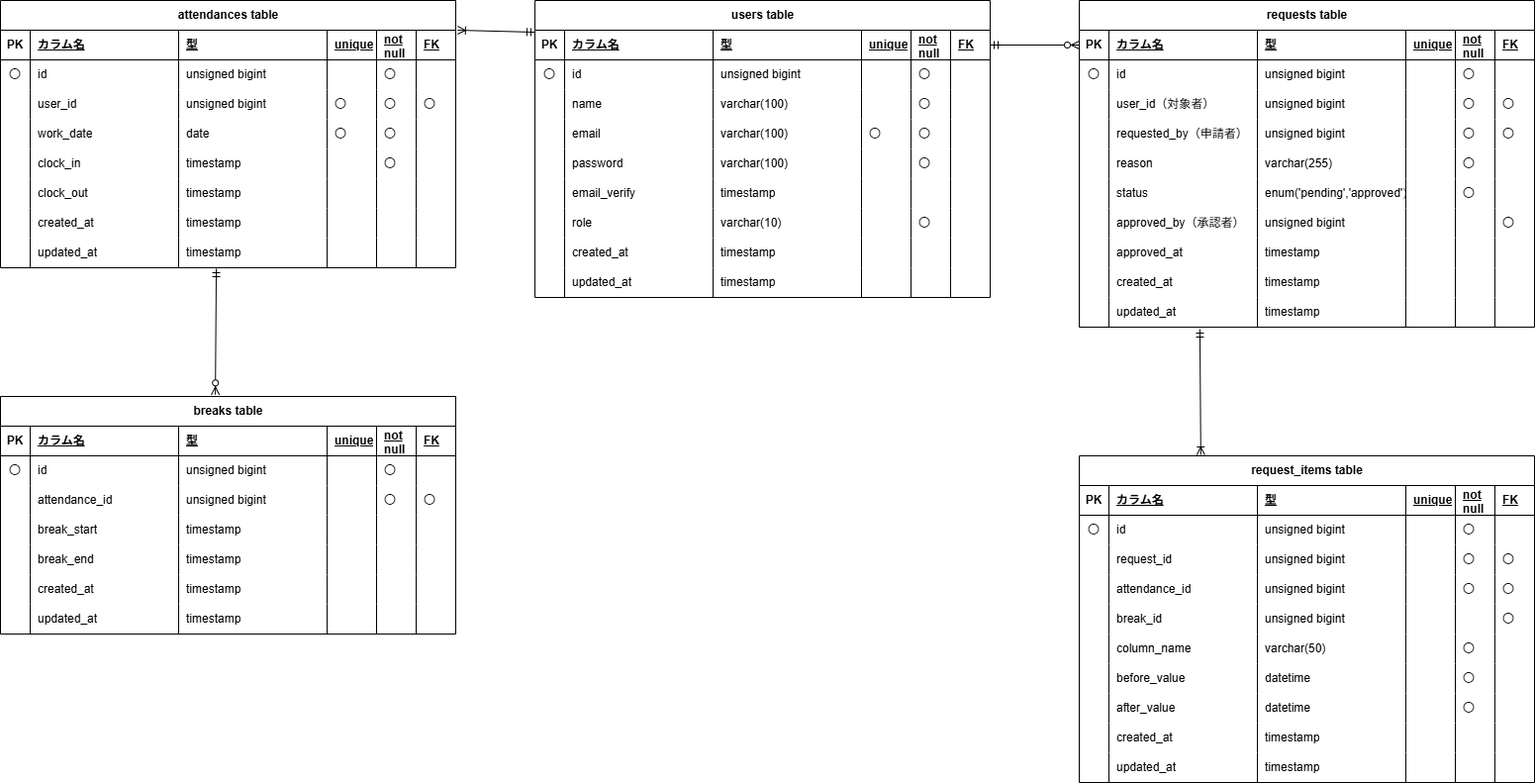
Before: mock-case2.png, a diagram exported from draw.io (ErikoKikuchi/mock-case2). Source tidied: cells renumbered, new cells last; positions are measured from the earlier drawing's top-left corner, leaving out a move shared by most shapes.
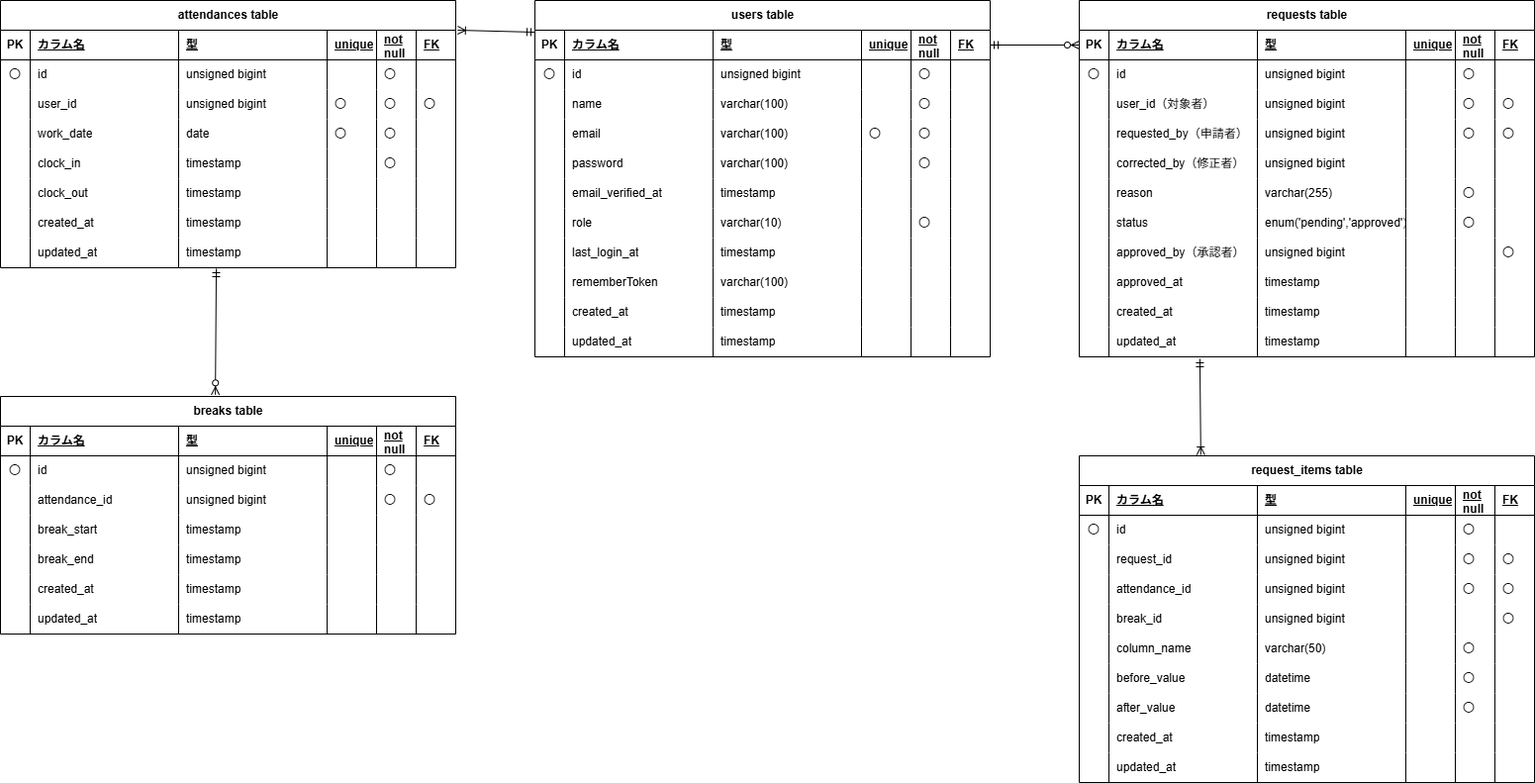
After the commit.

Diff of the diagram source:
```diff
@@ -3,7 +3,7 @@
     <mxCell id="0" />
     <mxCell id="1" parent="0" />
     <mxCell id="2" value="users table" style="shape=table;startSize=30;rowLines=0;fontStyle=1;align=center;html=1;" parent="1" vertex="1">
-      <mxGeometry x="540" width="460" height="300" as="geometry" />
+      <mxGeometry x="540" width="460" height="360" as="geometry" />
     </mxCell>
     <mxCell id="3" style="shape=tableRow;horizontal=0;startSize=0;swimlaneHead=0;swimlaneBody=0;fillColor=none;points=[[0,0.5],[1,0.5]];portConstraint=eastwest;top=0;left=0;right=0;bottom=1;" parent="2" vertex="1">
       <mxGeometry y="30" width="460" height="30" as="geometry" />
@@ -116,7 +116,7 @@
     <mxCell id="39" style="shape=partialRectangle;fillColor=none;top=0;left=0;bottom=0;right=0;overflow=hidden;whiteSpace=wrap;html=1;" parent="38" vertex="1">
       <mxGeometry width="30" height="30" as="geometry" />
     </mxCell>
-    <mxCell id="40" value="email_verify" style="shape=partialRectangle;fillColor=none;top=0;left=0;bottom=0;right=0;align=left;spacingLeft=6;overflow=hidden;whiteSpace=wrap;html=1;" parent="38" vertex="1">
+    <mxCell id="40" value="email_verified_at" style="shape=partialRectangle;fillColor=none;top=0;left=0;bottom=0;right=0;align=left;spacingLeft=6;overflow=hidden;whiteSpace=wrap;html=1;" parent="38" vertex="1">
       <mxGeometry x="30" width="150" height="30" as="geometry" />
     </mxCell>
     <mxCell id="41" value="&lt;span style=&quot;color: rgb(0, 0, 0);&quot;&gt;timestamp&lt;/span&gt;" style="shape=partialRectangle;fillColor=none;top=0;left=0;bottom=0;right=0;align=left;spacingLeft=6;overflow=hidden;whiteSpace=wrap;html=1;" parent="38" vertex="1">
@@ -152,8 +152,50 @@
     <mxCell id="51" style="shape=partialRectangle;fillColor=none;top=0;left=0;bottom=0;right=0;align=left;spacingLeft=6;overflow=hidden;whiteSpace=wrap;html=1;" parent="45" vertex="1">
       <mxGeometry x="420" width="40" height="30" as="geometry" />
     </mxCell>
+    <mxCell id="319" style="shape=tableRow;horizontal=0;startSize=0;swimlaneHead=0;swimlaneBody=0;fillColor=none;top=0;left=0;right=0;bottom=0;" parent="2" vertex="1">
+      <mxGeometry y="240" width="460" height="30" as="geometry" />
+    </mxCell>
+    <mxCell id="320" style="shape=partialRectangle;fillColor=none;top=0;left=0;bottom=0;right=0;overflow=hidden;whiteSpace=wrap;html=1;" parent="319" vertex="1">
+      <mxGeometry width="30" height="30" as="geometry" />
+    </mxCell>
+    <mxCell id="321" value="last_login_at" style="shape=partialRectangle;fillColor=none;top=0;left=0;bottom=0;right=0;align=left;spacingLeft=6;overflow=hidden;whiteSpace=wrap;html=1;" parent="319" vertex="1">
+      <mxGeometry x="30" width="150" height="30" as="geometry" />
+    </mxCell>
+    <mxCell id="322" value="&lt;span style=&quot;color: rgb(0, 0, 0);&quot;&gt;timestamp&lt;/span&gt;" style="shape=partialRectangle;fillColor=none;top=0;left=0;bottom=0;right=0;align=left;spacingLeft=6;overflow=hidden;whiteSpace=wrap;html=1;" parent="319" vertex="1">
+      <mxGeometry x="180" width="150" height="30" as="geometry" />
+    </mxCell>
+    <mxCell id="323" style="shape=partialRectangle;fillColor=none;top=0;left=0;bottom=0;right=0;align=left;spacingLeft=6;overflow=hidden;whiteSpace=wrap;html=1;" parent="319" vertex="1">
+      <mxGeometry x="330" width="50" height="30" as="geometry" />
+    </mxCell>
+    <mxCell id="324" style="shape=partialRectangle;fillColor=none;top=0;left=0;bottom=0;right=0;align=left;spacingLeft=6;overflow=hidden;whiteSpace=wrap;html=1;" parent="319" vertex="1">
+      <mxGeometry x="380" width="40" height="30" as="geometry" />
+    </mxCell>
+    <mxCell id="325" style="shape=partialRectangle;fillColor=none;top=0;left=0;bottom=0;right=0;align=left;spacingLeft=6;overflow=hidden;whiteSpace=wrap;html=1;" parent="319" vertex="1">
+      <mxGeometry x="420" width="40" height="30" as="geometry" />
+    </mxCell>
+    <mxCell id="326" style="shape=tableRow;horizontal=0;startSize=0;swimlaneHead=0;swimlaneBody=0;fillColor=none;top=0;left=0;right=0;bottom=0;" parent="2" vertex="1">
+      <mxGeometry y="270" width="460" height="30" as="geometry" />
+    </mxCell>
+    <mxCell id="327" style="shape=partialRectangle;fillColor=none;top=0;left=0;bottom=0;right=0;overflow=hidden;whiteSpace=wrap;html=1;" parent="326" vertex="1">
+      <mxGeometry width="30" height="30" as="geometry" />
+    </mxCell>
+    <mxCell id="328" value="rememberToken" style="shape=partialRectangle;fillColor=none;top=0;left=0;bottom=0;right=0;align=left;spacingLeft=6;overflow=hidden;whiteSpace=wrap;html=1;" parent="326" vertex="1">
+      <mxGeometry x="30" width="150" height="30" as="geometry" />
+    </mxCell>
+    <mxCell id="329" value="&lt;span style=&quot;color: rgb(0, 0, 0);&quot;&gt;varchar(100)&lt;/span&gt;" style="shape=partialRectangle;fillColor=none;top=0;left=0;bottom=0;right=0;align=left;spacingLeft=6;overflow=hidden;whiteSpace=wrap;html=1;" parent="326" vertex="1">
+      <mxGeometry x="180" width="150" height="30" as="geometry" />
+    </mxCell>
+    <mxCell id="330" style="shape=partialRectangle;fillColor=none;top=0;left=0;bottom=0;right=0;align=left;spacingLeft=6;overflow=hidden;whiteSpace=wrap;html=1;" parent="326" vertex="1">
+      <mxGeometry x="330" width="50" height="30" as="geometry" />
+    </mxCell>
+    <mxCell id="331" style="shape=partialRectangle;fillColor=none;top=0;left=0;bottom=0;right=0;align=left;spacingLeft=6;overflow=hidden;whiteSpace=wrap;html=1;" parent="326" vertex="1">
+      <mxGeometry x="380" width="40" height="30" as="geometry" />
+    </mxCell>
+    <mxCell id="332" style="shape=partialRectangle;fillColor=none;top=0;left=0;bottom=0;right=0;align=left;spacingLeft=6;overflow=hidden;whiteSpace=wrap;html=1;" parent="326" vertex="1">
+      <mxGeometry x="420" width="40" height="30" as="geometry" />
+    </mxCell>
     <mxCell id="52" style="shape=tableRow;horizontal=0;startSize=0;swimlaneHead=0;swimlaneBody=0;fillColor=none;top=0;left=0;right=0;bottom=0;" parent="2" vertex="1">
-      <mxGeometry y="240" width="460" height="30" as="geometry" />
+      <mxGeometry y="300" width="460" height="30" as="geometry" />
     </mxCell>
     <mxCell id="53" style="shape=partialRectangle;fillColor=none;top=0;left=0;bottom=0;right=0;overflow=hidden;whiteSpace=wrap;html=1;" parent="52" vertex="1">
       <mxGeometry width="30" height="30" as="geometry" />
@@ -174,7 +216,7 @@
       <mxGeometry x="420" width="40" height="30" as="geometry" />
     </mxCell>
     <mxCell id="59" style="shape=tableRow;horizontal=0;startSize=0;swimlaneHead=0;swimlaneBody=0;fillColor=none;top=0;left=0;right=0;bottom=0;" parent="2" vertex="1">
-      <mxGeometry y="270" width="460" height="30" as="geometry" />
+      <mxGeometry y="330" width="460" height="30" as="geometry" />
     </mxCell>
     <mxCell id="60" style="shape=partialRectangle;fillColor=none;top=0;left=0;bottom=0;right=0;overflow=hidden;whiteSpace=wrap;html=1;" parent="59" vertex="1">
       <mxGeometry width="30" height="30" as="geometry" />
@@ -516,7 +558,7 @@
       <mxGeometry x="420" width="40" height="30" as="geometry" />
     </mxCell>
     <mxCell id="173" value="requests table" style="shape=table;startSize=30;rowLines=0;fontStyle=1;align=center;html=1;" parent="1" vertex="1">
-      <mxGeometry x="1090" width="460" height="330" as="geometry" />
+      <mxGeometry x="1090" width="460" height="360" as="geometry" />
     </mxCell>
     <mxCell id="174" style="shape=tableRow;horizontal=0;startSize=0;swimlaneHead=0;swimlaneBody=0;fillColor=none;points=[[0,0.5],[1,0.5]];portConstraint=eastwest;top=0;left=0;right=0;bottom=1;" parent="173" vertex="1">
       <mxGeometry y="30" width="460" height="30" as="geometry" />
@@ -602,8 +644,29 @@
     <mxCell id="201" value="〇" style="shape=partialRectangle;fillColor=none;top=0;left=0;bottom=0;right=0;align=left;spacingLeft=6;overflow=hidden;whiteSpace=wrap;html=1;" parent="195" vertex="1">
       <mxGeometry x="420" width="40" height="30" as="geometry" />
     </mxCell>
+    <mxCell id="333" style="shape=tableRow;horizontal=0;startSize=0;swimlaneHead=0;swimlaneBody=0;fillColor=none;top=0;left=0;right=0;bottom=0;" parent="173" vertex="1">
+      <mxGeometry y="150" width="460" height="30" as="geometry" />
+    </mxCell>
+    <mxCell id="334" style="shape=partialRectangle;fillColor=none;top=0;left=0;bottom=0;right=0;overflow=hidden;whiteSpace=wrap;html=1;" parent="333" vertex="1">
+      <mxGeometry width="30" height="30" as="geometry" />
+    </mxCell>
+    <mxCell id="335" value="corrected_by（修正者）" style="shape=partialRectangle;fillColor=none;top=0;left=0;bottom=0;right=0;align=left;spacingLeft=6;overflow=hidden;whiteSpace=wrap;html=1;" parent="333" vertex="1">
+      <mxGeometry x="30" width="150" height="30" as="geometry" />
+    </mxCell>
+    <mxCell id="336" value="&lt;span style=&quot;color: rgb(0, 0, 0);&quot;&gt;unsigned bigint&lt;/span&gt;" style="shape=partialRectangle;fillColor=none;top=0;left=0;bottom=0;right=0;align=left;spacingLeft=6;overflow=hidden;whiteSpace=wrap;html=1;" parent="333" vertex="1">
+      <mxGeometry x="180" width="150" height="30" as="geometry" />
+    </mxCell>
+    <mxCell id="337" style="shape=partialRectangle;fillColor=none;top=0;left=0;bottom=0;right=0;align=left;spacingLeft=6;overflow=hidden;whiteSpace=wrap;html=1;" parent="333" vertex="1">
+      <mxGeometry x="330" width="50" height="30" as="geometry" />
+    </mxCell>
+    <mxCell id="338" style="shape=partialRectangle;fillColor=none;top=0;left=0;bottom=0;right=0;align=left;spacingLeft=6;overflow=hidden;whiteSpace=wrap;html=1;" parent="333" vertex="1">
+      <mxGeometry x="380" width="40" height="30" as="geometry" />
+    </mxCell>
+    <mxCell id="339" style="shape=partialRectangle;fillColor=none;top=0;left=0;bottom=0;right=0;align=left;spacingLeft=6;overflow=hidden;whiteSpace=wrap;html=1;" parent="333" vertex="1">
+      <mxGeometry x="420" width="40" height="30" as="geometry" />
+    </mxCell>
     <mxCell id="202" style="shape=tableRow;horizontal=0;startSize=0;swimlaneHead=0;swimlaneBody=0;fillColor=none;top=0;left=0;right=0;bottom=0;" parent="173" vertex="1">
-      <mxGeometry y="150" width="460" height="30" as="geometry" />
+      <mxGeometry y="180" width="460" height="30" as="geometry" />
     </mxCell>
     <mxCell id="203" style="shape=partialRectangle;fillColor=none;top=0;left=0;bottom=0;right=0;overflow=hidden;whiteSpace=wrap;html=1;" parent="202" vertex="1">
       <mxGeometry width="30" height="30" as="geometry" />
@@ -624,7 +687,7 @@
       <mxGeometry x="420" width="40" height="30" as="geometry" />
     </mxCell>
     <mxCell id="209" style="shape=tableRow;horizontal=0;startSize=0;swimlaneHead=0;swimlaneBody=0;fillColor=none;top=0;left=0;right=0;bottom=0;" parent="173" vertex="1">
-      <mxGeometry y="180" width="460" height="30" as="geometry" />
+      <mxGeometry y="210" width="460" height="30" as="geometry" />
     </mxCell>
     <mxCell id="210" style="shape=partialRectangle;fillColor=none;top=0;left=0;bottom=0;right=0;overflow=hidden;whiteSpace=wrap;html=1;" parent="209" vertex="1">
       <mxGeometry width="30" height="30" as="geometry" />
@@ -645,7 +708,7 @@
       <mxGeometry x="420" width="40" height="30" as="geometry" />
     </mxCell>
     <mxCell id="216" style="shape=tableRow;horizontal=0;startSize=0;swimlaneHead=0;swimlaneBody=0;fillColor=none;top=0;left=0;right=0;bottom=0;" parent="173" vertex="1">
-      <mxGeometry y="210" width="460" height="30" as="geometry" />
+      <mxGeometry y="240" width="460" height="30" as="geometry" />
     </mxCell>
     <mxCell id="217" style="shape=partialRectangle;fillColor=none;top=0;left=0;bottom=0;right=0;overflow=hidden;whiteSpace=wrap;html=1;" parent="216" vertex="1">
       <mxGeometry width="30" height="30" as="geometry" />
@@ -666,7 +729,7 @@
       <mxGeometry x="420" width="40" height="30" as="geometry" />
     </mxCell>
     <mxCell id="223" style="shape=tableRow;horizontal=0;startSize=0;swimlaneHead=0;swimlaneBody=0;fillColor=none;top=0;left=0;right=0;bottom=0;" parent="173" vertex="1">
-      <mxGeometry y="240" width="460" height="30" as="geometry" />
+      <mxGeometry y="270" width="460" height="30" as="geometry" />
     </mxCell>
     <mxCell id="224" style="shape=partialRectangle;fillColor=none;top=0;left=0;bottom=0;right=0;overflow=hidden;whiteSpace=wrap;html=1;" parent="223" vertex="1">
       <mxGeometry width="30" height="30" as="geometry" />
@@ -687,7 +750,7 @@
       <mxGeometry x="420" width="40" height="30" as="geometry" />
     </mxCell>
     <mxCell id="230" style="shape=tableRow;horizontal=0;startSize=0;swimlaneHead=0;swimlaneBody=0;fillColor=none;top=0;left=0;right=0;bottom=0;" parent="173" vertex="1">
-      <mxGeometry y="270" width="460" height="30" as="geometry" />
+      <mxGeometry y="300" width="460" height="30" as="geometry" />
     </mxCell>
     <mxCell id="231" style="shape=partialRectangle;fillColor=none;top=0;left=0;bottom=0;right=0;overflow=hidden;whiteSpace=wrap;html=1;" parent="230" vertex="1">
       <mxGeometry width="30" height="30" as="geometry" />
@@ -708,7 +771,7 @@
       <mxGeometry x="420" width="40" height="30" as="geometry" />
     </mxCell>
     <mxCell id="237" style="shape=tableRow;horizontal=0;startSize=0;swimlaneHead=0;swimlaneBody=0;fillColor=none;points=[[0,0.5],[1,0.5]];portConstraint=eastwest;top=0;left=0;right=0;bottom=0;" parent="173" vertex="1">
-      <mxGeometry y="300" width="460" height="30" as="geometry" />
+      <mxGeometry y="330" width="460" height="30" as="geometry" />
     </mxCell>
     <mxCell id="238" style="shape=partialRectangle;fillColor=none;top=0;left=0;bottom=0;right=0;overflow=hidden;whiteSpace=wrap;html=1;" parent="237" vertex="1">
       <mxGeometry width="30" height="30" as="geometry" />
```
